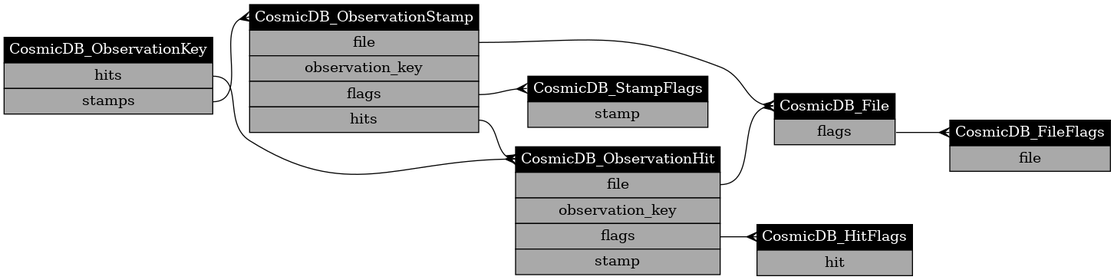
Above: docs/entities_Storage.png in COSMIC-SETI/COSMIC-VLA-Database (Graphviz), before the change. Its source is kept beside it as docs/entities_Storage.dot. The source it was exported from:
```dot
digraph Storage_Entities {
rankdir=LR;
CosmicDB_ObservationKey [label=<<table border="0" cellborder="1" cellspacing="0" cellpadding="4">
	<tr><td bgcolor="black" port="class"><font color="white">CosmicDB_ObservationKey</font></td></tr>
	<tr><td bgcolor="darkgrey" port="hits">hits</td></tr>
	<tr><td bgcolor="darkgrey" port="stamps">stamps</td></tr>
</table>>, shape=plain];
CosmicDB_ObservationStamp [label=<<table border="0" cellborder="1" cellspacing="0" cellpadding="4">
	<tr><td bgcolor="black" port="class"><font color="white">CosmicDB_ObservationStamp</font></td></tr>
	<tr><td bgcolor="darkgrey" port="file">file</td></tr>
	<tr><td bgcolor="darkgrey" port="observation_key">observation_key</td></tr>
	<tr><td bgcolor="darkgrey" port="flags">flags</td></tr>
	<tr><td bgcolor="darkgrey" port="hits">hits</td></tr>
</table>>, shape=plain];
CosmicDB_ObservationHit [label=<<table border="0" cellborder="1" cellspacing="0" cellpadding="4">
	<tr><td bgcolor="black" port="class"><font color="white">CosmicDB_ObservationHit</font></td></tr>
	<tr><td bgcolor="darkgrey" port="file">file</td></tr>
	<tr><td bgcolor="darkgrey" port="observation_key">observation_key</td></tr>
	<tr><td bgcolor="darkgrey" port="flags">flags</td></tr>
	<tr><td bgcolor="darkgrey" port="stamp">stamp</td></tr>
</table>>, shape=plain];
CosmicDB_HitFlags [label=<<table border="0" cellborder="1" cellspacing="0" cellpadding="4">
	<tr><td bgcolor="black" port="class"><font color="white">CosmicDB_HitFlags</font></td></tr>
	<tr><td bgcolor="darkgrey" port="hit">hit</td></tr>
</table>>, shape=plain];
CosmicDB_StampFlags [label=<<table border="0" cellborder="1" cellspacing="0" cellpadding="4">
	<tr><td bgcolor="black" port="class"><font color="white">CosmicDB_StampFlags</font></td></tr>
	<tr><td bgcolor="darkgrey" port="stamp">stamp</td></tr>
</table>>, shape=plain];
CosmicDB_File [label=<<table border="0" cellborder="1" cellspacing="0" cellpadding="4">
	<tr><td bgcolor="black" port="class"><font color="white">CosmicDB_File</font></td></tr>
	<tr><td bgcolor="darkgrey" port="flags">flags</td></tr>
</table>>, shape=plain];
CosmicDB_FileFlags [label=<<table border="0" cellborder="1" cellspacing="0" cellpadding="4">
	<tr><td bgcolor="black" port="class"><font color="white">CosmicDB_FileFlags</font></td></tr>
	<tr><td bgcolor="darkgrey" port="file">file</td></tr>
</table>>, shape=plain];
CosmicDB_ObservationKey:hits -> CosmicDB_ObservationHit:class  [arrowhead=crow];
CosmicDB_ObservationKey:stamps -> CosmicDB_ObservationStamp:class  [arrowhead=crow];
CosmicDB_ObservationStamp:file -> CosmicDB_File:class  [arrowhead=crow];
CosmicDB_ObservationStamp:flags -> CosmicDB_StampFlags:class  [arrowhead=crow];
CosmicDB_ObservationStamp:hits -> CosmicDB_ObservationHit:class  [arrowhead=crow];
CosmicDB_ObservationHit:file -> CosmicDB_File:class  [arrowhead=crow];
CosmicDB_ObservationHit:flags -> CosmicDB_HitFlags:class  [arrowhead=crow];
CosmicDB_File:flags -> CosmicDB_FileFlags:class  [arrowhead=crow];
}
```
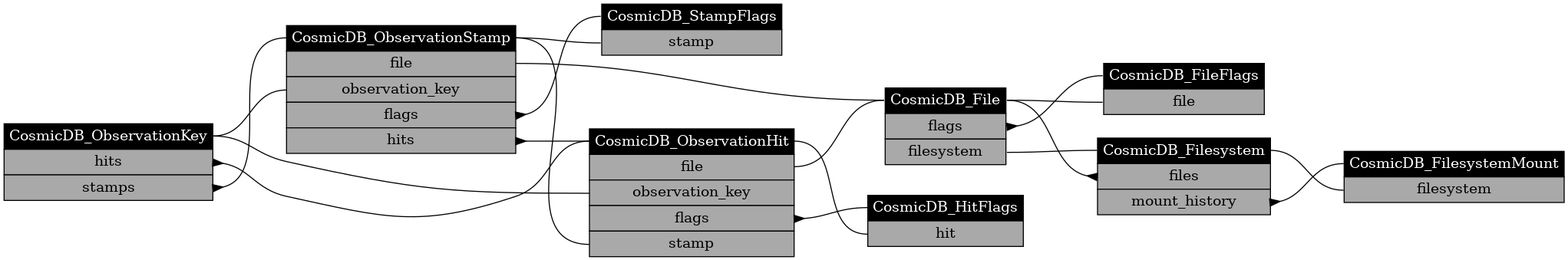
After the commit.

Change to the diagram source:
```diff
@@ -1,9 +1,29 @@
 digraph Storage_Entities {
+layout=dot;
 rankdir=LR;
+ranksep="1.0";
 CosmicDB_ObservationKey [label=<<table border="0" cellborder="1" cellspacing="0" cellpadding="4">
 	<tr><td bgcolor="black" port="class"><font color="white">CosmicDB_ObservationKey</font></td></tr>
 	<tr><td bgcolor="darkgrey" port="hits">hits</td></tr>
 	<tr><td bgcolor="darkgrey" port="stamps">stamps</td></tr>
+</table>>, shape=plain];
+CosmicDB_Filesystem [label=<<table border="0" cellborder="1" cellspacing="0" cellpadding="4">
+	<tr><td bgcolor="black" port="class"><font color="white">CosmicDB_Filesystem</font></td></tr>
+	<tr><td bgcolor="darkgrey" port="files">files</td></tr>
+	<tr><td bgcolor="darkgrey" port="mount_history">mount_history</td></tr>
+</table>>, shape=plain];
+CosmicDB_FilesystemMount [label=<<table border="0" cellborder="1" cellspacing="0" cellpadding="4">
+	<tr><td bgcolor="black" port="class"><font color="white">CosmicDB_FilesystemMount</font></td></tr>
+	<tr><td bgcolor="darkgrey" port="filesystem">filesystem</td></tr>
+</table>>, shape=plain];
+CosmicDB_File [label=<<table border="0" cellborder="1" cellspacing="0" cellpadding="4">
+	<tr><td bgcolor="black" port="class"><font color="white">CosmicDB_File</font></td></tr>
+	<tr><td bgcolor="darkgrey" port="flags">flags</td></tr>
+	<tr><td bgcolor="darkgrey" port="filesystem">filesystem</td></tr>
+</table>>, shape=plain];
+CosmicDB_FileFlags [label=<<table border="0" cellborder="1" cellspacing="0" cellpadding="4">
+	<tr><td bgcolor="black" port="class"><font color="white">CosmicDB_FileFlags</font></td></tr>
+	<tr><td bgcolor="darkgrey" port="file">file</td></tr>
 </table>>, shape=plain];
 CosmicDB_ObservationStamp [label=<<table border="0" cellborder="1" cellspacing="0" cellpadding="4">
 	<tr><td bgcolor="black" port="class"><font color="white">CosmicDB_ObservationStamp</font></td></tr>
@@ -27,20 +47,22 @@
 	<tr><td bgcolor="black" port="class"><font color="white">CosmicDB_StampFlags</font></td></tr>
 	<tr><td bgcolor="darkgrey" port="stamp">stamp</td></tr>
 </table>>, shape=plain];
-CosmicDB_File [label=<<table border="0" cellborder="1" cellspacing="0" cellpadding="4">
-	<tr><td bgcolor="black" port="class"><font color="white">CosmicDB_File</font></td></tr>
-	<tr><td bgcolor="darkgrey" port="flags">flags</td></tr>
-</table>>, shape=plain];
-CosmicDB_FileFlags [label=<<table border="0" cellborder="1" cellspacing="0" cellpadding="4">
-	<tr><td bgcolor="black" port="class"><font color="white">CosmicDB_FileFlags</font></td></tr>
-	<tr><td bgcolor="darkgrey" port="file">file</td></tr>
-</table>>, shape=plain];
-CosmicDB_ObservationKey:hits -> CosmicDB_ObservationHit:class  [arrowhead=crow];
-CosmicDB_ObservationKey:stamps -> CosmicDB_ObservationStamp:class  [arrowhead=crow];
-CosmicDB_ObservationStamp:file -> CosmicDB_File:class  [arrowhead=crow];
-CosmicDB_ObservationStamp:flags -> CosmicDB_StampFlags:class  [arrowhead=crow];
-CosmicDB_ObservationStamp:hits -> CosmicDB_ObservationHit:class  [arrowhead=crow];
-CosmicDB_ObservationHit:file -> CosmicDB_File:class  [arrowhead=crow];
-CosmicDB_ObservationHit:flags -> CosmicDB_HitFlags:class  [arrowhead=crow];
-CosmicDB_File:flags -> CosmicDB_FileFlags:class  [arrowhead=crow];
+CosmicDB_ObservationKey:hits -> CosmicDB_ObservationHit:class  [arrowhead=none, arrowtail=inv, dir=both];
+CosmicDB_ObservationKey:stamps -> CosmicDB_ObservationStamp:class  [arrowhead=none, arrowtail=inv, dir=both];
+CosmicDB_Filesystem:files -> CosmicDB_File:class  [arrowhead=none, arrowtail=inv, dir=both];
+CosmicDB_Filesystem:mount_history -> CosmicDB_FilesystemMount:class  [arrowhead=none, arrowtail=inv, dir=both];
+CosmicDB_FilesystemMount:filesystem -> CosmicDB_Filesystem:class  [arrowhead=none, arrowtail=none, dir=both];
+CosmicDB_File:flags -> CosmicDB_FileFlags:class  [arrowhead=none, arrowtail=inv, dir=both];
+CosmicDB_File:filesystem -> CosmicDB_Filesystem:class  [arrowhead=none, arrowtail=none, dir=both];
+CosmicDB_FileFlags:file -> CosmicDB_File:class  [arrowhead=none, arrowtail=none, dir=both];
+CosmicDB_ObservationStamp:file -> CosmicDB_File:class  [arrowhead=none, arrowtail=none, dir=both];
+CosmicDB_ObservationStamp:observation_key -> CosmicDB_ObservationKey:class  [arrowhead=none, arrowtail=none, dir=both];
+CosmicDB_ObservationStamp:flags -> CosmicDB_StampFlags:class  [arrowhead=none, arrowtail=inv, dir=both];
+CosmicDB_ObservationStamp:hits -> CosmicDB_ObservationHit:class  [arrowhead=none, arrowtail=inv, dir=both];
+CosmicDB_ObservationHit:file -> CosmicDB_File:class  [arrowhead=none, arrowtail=none, dir=both];
+CosmicDB_ObservationHit:observation_key -> CosmicDB_ObservationKey:class  [arrowhead=none, arrowtail=none, dir=both];
+CosmicDB_ObservationHit:flags -> CosmicDB_HitFlags:class  [arrowhead=none, arrowtail=inv, dir=both];
+CosmicDB_ObservationHit:stamp -> CosmicDB_ObservationStamp:class  [arrowhead=none, arrowtail=none, dir=both];
+CosmicDB_HitFlags:hit -> CosmicDB_ObservationHit:class  [arrowhead=none, arrowtail=none, dir=both];
+CosmicDB_StampFlags:stamp -> CosmicDB_ObservationStamp:class  [arrowhead=none, arrowtail=none, dir=both];
 }
```
